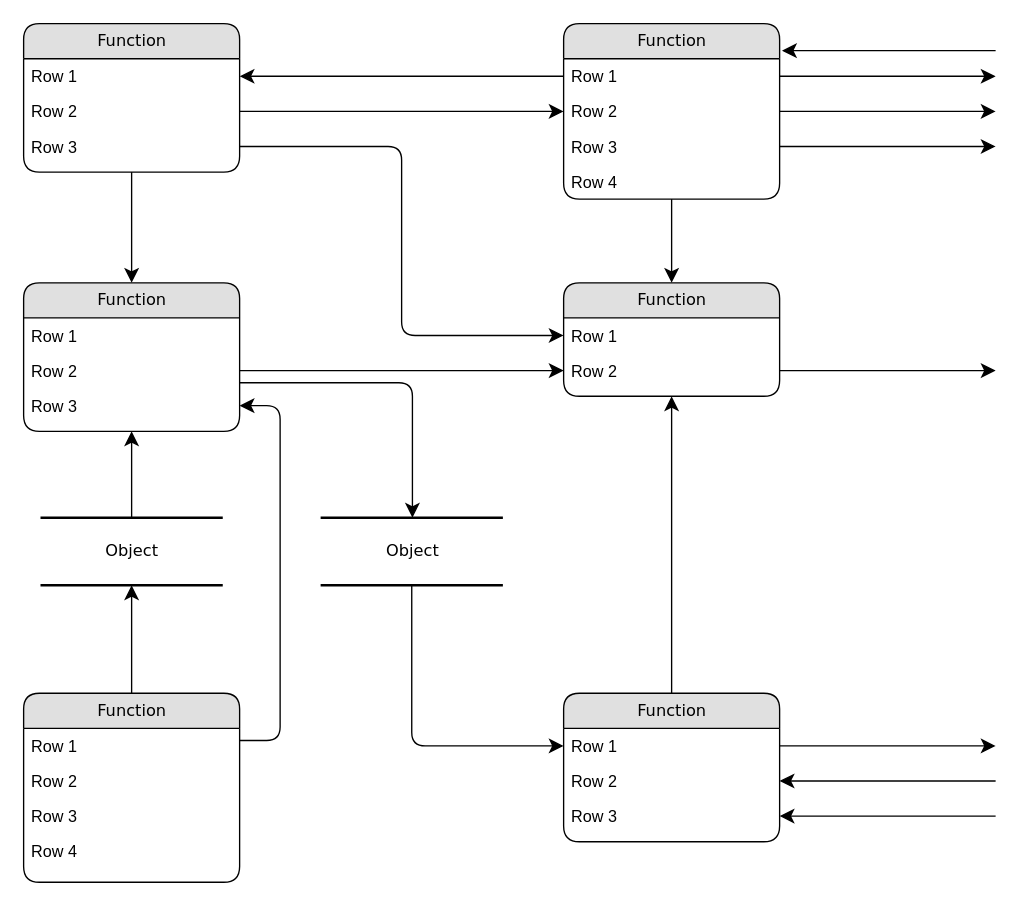
Earlier version of the draw.io diagram Untitled Diagram.drawio (FailedSuccessfully/Hw_1). Source tidied: cells renumbered, new cells numbered last; positions are measured from the earlier drawing's top-left corner, leaving out a move shared by most shapes. Both pictures are drawn from the tidied source at 135%, with x=0, y=0 at pixel (23, 23).
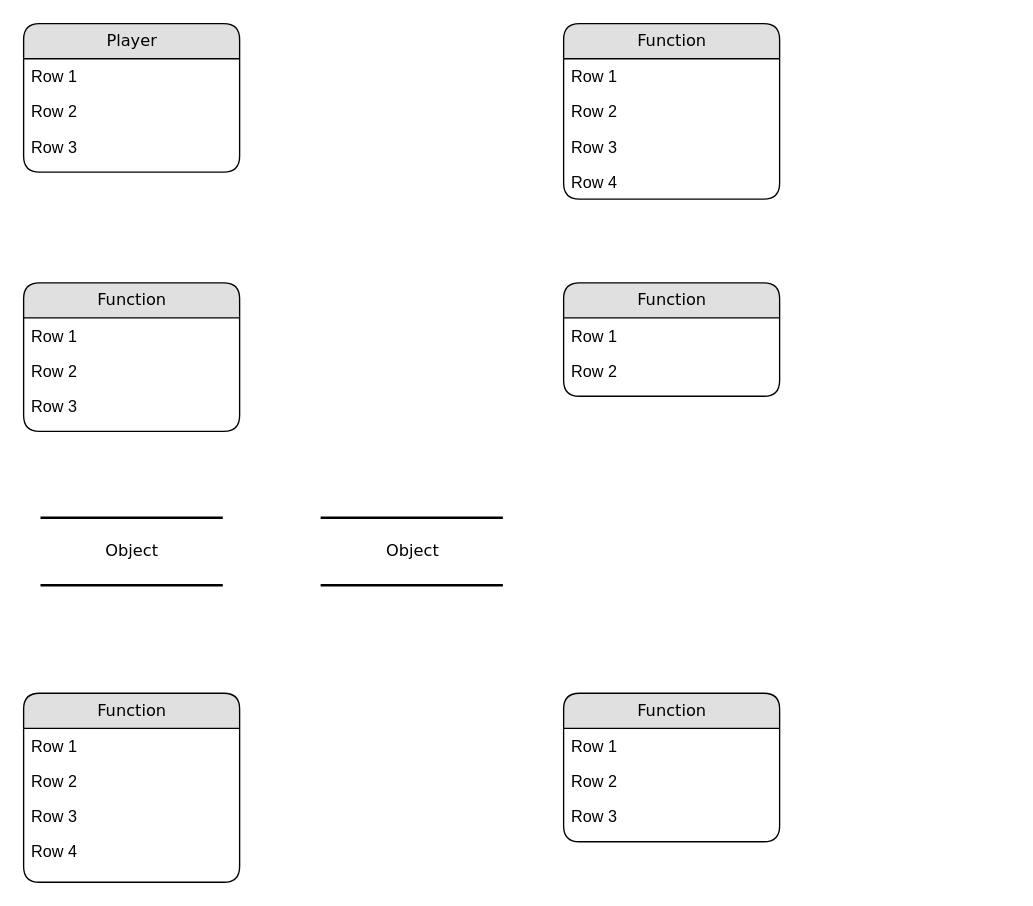
Above is the later version.

The change refers to these unchanged cells:
```xml
<mxCell id="2" value="Object" style="html=1;rounded=0;shadow=0;comic=0;labelBackgroundColor=none;strokeWidth=2;fontFamily=Verdana;fontSize=12;align=center;shape=mxgraph.ios7ui.horLines;" parent="1" vertex="1">
  <mxGeometry x="12.5" y="366" width="135" height="50" as="geometry" />
</mxCell>
<mxCell id="4" value="Row 1" style="text;html=1;strokeColor=none;fillColor=none;spacingLeft=4;spacingRight=4;whiteSpace=wrap;overflow=hidden;points=[[0,0.5],[1,0.5]];portConstraint=eastwest;" parent="3" vertex="1">
  <mxGeometry y="26" width="160" height="26" as="geometry" />
</mxCell>
<mxCell id="5" value="Row 2" style="text;html=1;strokeColor=none;fillColor=none;spacingLeft=4;spacingRight=4;whiteSpace=wrap;overflow=hidden;points=[[0,0.5],[1,0.5]];portConstraint=eastwest;" parent="3" vertex="1">
  <mxGeometry y="52" width="160" height="26" as="geometry" />
</mxCell>
<mxCell id="6" value="Row 3" style="text;html=1;strokeColor=none;fillColor=none;spacingLeft=4;spacingRight=4;whiteSpace=wrap;overflow=hidden;points=[[0,0.5],[1,0.5]];portConstraint=eastwest;" parent="3" vertex="1">
  <mxGeometry y="78" width="160" height="26" as="geometry" />
</mxCell>
<mxCell id="7" value="Function" style="swimlane;html=1;fontStyle=0;horizontal=1;startSize=26;fillColor=#e0e0e0;swimlaneFillColor=#ffffff;align=center;rounded=1;shadow=0;comic=0;labelBackgroundColor=none;strokeWidth=1;fontFamily=Verdana;fontSize=12;" parent="1" vertex="1">
  <mxGeometry x="400" width="160" height="130" as="geometry" />
</mxCell>
<mxCell id="8" value="Row 1" style="text;html=1;strokeColor=none;fillColor=none;spacingLeft=4;spacingRight=4;whiteSpace=wrap;overflow=hidden;points=[[0,0.5],[1,0.5]];portConstraint=eastwest;" parent="7" vertex="1">
  <mxGeometry y="26" width="160" height="26" as="geometry" />
</mxCell>
<mxCell id="9" value="Row 2" style="text;html=1;strokeColor=none;fillColor=none;spacingLeft=4;spacingRight=4;whiteSpace=wrap;overflow=hidden;points=[[0,0.5],[1,0.5]];portConstraint=eastwest;" parent="7" vertex="1">
  <mxGeometry y="52" width="160" height="26" as="geometry" />
</mxCell>
<mxCell id="10" value="Row 3" style="text;html=1;strokeColor=none;fillColor=none;spacingLeft=4;spacingRight=4;whiteSpace=wrap;overflow=hidden;points=[[0,0.5],[1,0.5]];portConstraint=eastwest;" parent="7" vertex="1">
  <mxGeometry y="78" width="160" height="26" as="geometry" />
</mxCell>
<mxCell id="12" value="Function" style="swimlane;html=1;fontStyle=0;horizontal=1;startSize=26;fillColor=#e0e0e0;swimlaneFillColor=#ffffff;align=center;rounded=1;shadow=0;comic=0;labelBackgroundColor=none;strokeWidth=1;fontFamily=Verdana;fontSize=12;" parent="1" vertex="1">
  <mxGeometry y="192" width="160" height="110" as="geometry" />
</mxCell>
<mxCell id="14" value="Row 2" style="text;html=1;strokeColor=none;fillColor=none;spacingLeft=4;spacingRight=4;whiteSpace=wrap;overflow=hidden;points=[[0,0.5],[1,0.5]];portConstraint=eastwest;" parent="12" vertex="1">
  <mxGeometry y="52" width="160" height="26" as="geometry" />
</mxCell>
<mxCell id="15" value="Row 3" style="text;html=1;strokeColor=none;fillColor=none;spacingLeft=4;spacingRight=4;whiteSpace=wrap;overflow=hidden;points=[[0,0.5],[1,0.5]];portConstraint=eastwest;" parent="12" vertex="1">
  <mxGeometry y="78" width="160" height="26" as="geometry" />
</mxCell>
<mxCell id="16" value="Function" style="swimlane;html=1;fontStyle=0;horizontal=1;startSize=26;fillColor=#e0e0e0;swimlaneFillColor=#ffffff;align=center;rounded=1;shadow=0;comic=0;labelBackgroundColor=none;strokeWidth=1;fontFamily=Verdana;fontSize=12;" parent="1" vertex="1">
  <mxGeometry y="496" width="160" height="140" as="geometry" />
</mxCell>
<mxCell id="21" value="Function" style="swimlane;html=1;fontStyle=0;horizontal=1;startSize=26;fillColor=#e0e0e0;swimlaneFillColor=#ffffff;align=center;rounded=1;shadow=0;comic=0;labelBackgroundColor=none;strokeWidth=1;fontFamily=Verdana;fontSize=12;" parent="1" vertex="1">
  <mxGeometry x="400" y="192" width="160" height="84" as="geometry" />
</mxCell>
<mxCell id="22" value="Row 1" style="text;html=1;strokeColor=none;fillColor=none;spacingLeft=4;spacingRight=4;whiteSpace=wrap;overflow=hidden;points=[[0,0.5],[1,0.5]];portConstraint=eastwest;" parent="21" vertex="1">
  <mxGeometry y="26" width="160" height="26" as="geometry" />
</mxCell>
<mxCell id="23" value="Row 2" style="text;html=1;strokeColor=none;fillColor=none;spacingLeft=4;spacingRight=4;whiteSpace=wrap;overflow=hidden;points=[[0,0.5],[1,0.5]];portConstraint=eastwest;" parent="21" vertex="1">
  <mxGeometry y="52" width="160" height="26" as="geometry" />
</mxCell>
<mxCell id="24" value="Function" style="swimlane;html=1;fontStyle=0;horizontal=1;startSize=26;fillColor=#e0e0e0;swimlaneFillColor=#ffffff;align=center;rounded=1;shadow=0;comic=0;labelBackgroundColor=none;strokeWidth=1;fontFamily=Verdana;fontSize=12;" parent="1" vertex="1">
  <mxGeometry x="400" y="496" width="160" height="110" as="geometry" />
</mxCell>
<mxCell id="25" value="Row 1" style="text;html=1;strokeColor=none;fillColor=none;spacingLeft=4;spacingRight=4;whiteSpace=wrap;overflow=hidden;points=[[0,0.5],[1,0.5]];portConstraint=eastwest;" parent="24" vertex="1">
  <mxGeometry y="26" width="160" height="26" as="geometry" />
</mxCell>
<mxCell id="26" value="Row 2" style="text;html=1;strokeColor=none;fillColor=none;spacingLeft=4;spacingRight=4;whiteSpace=wrap;overflow=hidden;points=[[0,0.5],[1,0.5]];portConstraint=eastwest;" parent="24" vertex="1">
  <mxGeometry y="52" width="160" height="26" as="geometry" />
</mxCell>
<mxCell id="27" value="Row 3" style="text;html=1;strokeColor=none;fillColor=none;spacingLeft=4;spacingRight=4;whiteSpace=wrap;overflow=hidden;points=[[0,0.5],[1,0.5]];portConstraint=eastwest;" parent="24" vertex="1">
  <mxGeometry y="78" width="160" height="26" as="geometry" />
</mxCell>
<mxCell id="28" value="Object" style="html=1;rounded=0;shadow=0;comic=0;labelBackgroundColor=none;strokeWidth=2;fontFamily=Verdana;fontSize=12;align=center;shape=mxgraph.ios7ui.horLines;" parent="1" vertex="1">
  <mxGeometry x="220" y="366" width="135" height="50" as="geometry" />
</mxCell>
```

Diff of the diagram source:
```diff
@@
-    <mxCell id="3" value="Function" style="swimlane;html=1;fontStyle=0;horizontal=1;startSize=26;fillColor=#e0e0e0;swimlaneFillColor=#ffffff;align=center;rounded=1;shadow=0;comic=0;labelBackgroundColor=none;strokeWidth=1;fontFamily=Verdana;fontSize=12;" parent="1" vertex="1">
+    <mxCell id="3" value="Player" style="swimlane;html=1;fontStyle=0;horizontal=1;startSize=26;fillColor=#e0e0e0;swimlaneFillColor=#ffffff;align=center;rounded=1;shadow=0;comic=0;labelBackgroundColor=none;strokeWidth=1;fontFamily=Verdana;fontSize=12;" parent="1" vertex="1">
       <mxGeometry width="160" height="110" as="geometry" />
     </mxCell>
@@
-    <mxCell id="29" style="edgeStyle=none;html=1;labelBackgroundColor=none;startFill=0;startSize=8;endFill=1;endSize=8;fontFamily=Verdana;fontSize=12;" parent="1" edge="1" source="16" target="2">
-      <mxGeometry relative="1" as="geometry" />
-    </mxCell>
-    <mxCell id="30" style="edgeStyle=none;html=1;labelBackgroundColor=none;startFill=0;startSize=8;endFill=1;endSize=8;fontFamily=Verdana;fontSize=12;" parent="1" edge="1" source="2" target="12">
-      <mxGeometry relative="1" as="geometry" />
-    </mxCell>
-    <mxCell id="31" style="edgeStyle=orthogonalEdgeStyle;html=1;labelBackgroundColor=none;startFill=0;startSize=8;endFill=1;endSize=8;fontFamily=Verdana;fontSize=12;exitX=1;exitY=0.25;entryX=1;entryY=0.5;" parent="1" edge="1" source="16" target="15">
-      <mxGeometry relative="1" as="geometry">
-        <Array as="points">
-          <mxPoint x="190" y="531" />
-          <mxPoint x="190" y="283" />
-        </Array>
-      </mxGeometry>
-    </mxCell>
-    <mxCell id="32" style="edgeStyle=orthogonalEdgeStyle;html=1;labelBackgroundColor=none;startFill=0;startSize=8;endFill=1;endSize=8;fontFamily=Verdana;fontSize=12;" parent="1" edge="1" source="28" target="25">
-      <mxGeometry x="-0.13" y="32" relative="1" as="geometry" />
-    </mxCell>
-    <mxCell id="33" style="edgeStyle=orthogonalEdgeStyle;html=1;labelBackgroundColor=none;startFill=0;startSize=8;endFill=1;endSize=8;fontFamily=Verdana;fontSize=12;" parent="1" edge="1" source="12" target="28">
-      <mxGeometry relative="1" as="geometry">
-        <Array as="points">
-          <mxPoint x="288" y="266" />
-        </Array>
-      </mxGeometry>
-    </mxCell>
-    <mxCell id="34" style="edgeStyle=orthogonalEdgeStyle;html=1;labelBackgroundColor=none;startFill=0;startSize=8;endFill=1;endSize=8;fontFamily=Verdana;fontSize=12;" parent="1" edge="1" source="3" target="12">
-      <mxGeometry relative="1" as="geometry" />
-    </mxCell>
-    <mxCell id="35" style="edgeStyle=orthogonalEdgeStyle;html=1;labelBackgroundColor=none;startFill=0;startSize=8;endFill=1;endSize=8;fontFamily=Verdana;fontSize=12;" parent="1" edge="1" source="24" target="21">
-      <mxGeometry relative="1" as="geometry" />
-    </mxCell>
-    <mxCell id="36" style="edgeStyle=orthogonalEdgeStyle;html=1;labelBackgroundColor=none;startFill=0;startSize=8;endFill=1;endSize=8;fontFamily=Verdana;fontSize=12;" parent="1" edge="1" source="7" target="21">
-      <mxGeometry relative="1" as="geometry" />
-    </mxCell>
-    <mxCell id="37" style="edgeStyle=orthogonalEdgeStyle;html=1;entryX=0;entryY=0.5;labelBackgroundColor=none;startFill=0;startSize=8;endFill=1;endSize=8;fontFamily=Verdana;fontSize=12;exitX=1;exitY=0.5;" parent="1" edge="1" source="5" target="9">
-      <mxGeometry relative="1" as="geometry" />
-    </mxCell>
-    <mxCell id="38" style="edgeStyle=orthogonalEdgeStyle;html=1;exitX=0;exitY=0.5;entryX=1;entryY=0.5;labelBackgroundColor=none;startFill=0;startSize=8;endFill=1;endSize=8;fontFamily=Verdana;fontSize=12;" parent="1" edge="1" source="8" target="4">
-      <mxGeometry relative="1" as="geometry" />
-    </mxCell>
-    <mxCell id="39" style="edgeStyle=orthogonalEdgeStyle;html=1;exitX=1;exitY=0.5;entryX=0;entryY=0.5;labelBackgroundColor=none;startFill=0;startSize=8;endFill=1;endSize=8;fontFamily=Verdana;fontSize=12;" parent="1" edge="1" source="6" target="22">
-      <mxGeometry relative="1" as="geometry" />
-    </mxCell>
-    <mxCell id="40" style="edgeStyle=orthogonalEdgeStyle;html=1;exitX=1;exitY=0.5;entryX=0;entryY=0.5;labelBackgroundColor=none;startFill=0;startSize=8;endFill=1;endSize=8;fontFamily=Verdana;fontSize=12;" parent="1" edge="1" source="14" target="23">
-      <mxGeometry relative="1" as="geometry" />
-    </mxCell>
-    <mxCell id="41" style="edgeStyle=orthogonalEdgeStyle;html=1;labelBackgroundColor=none;startFill=0;startSize=8;endFill=1;endSize=8;fontFamily=Verdana;fontSize=12;" parent="1" edge="1" source="23">
-      <mxGeometry relative="1" as="geometry">
-        <mxPoint x="720" y="257" as="targetPoint" />
-      </mxGeometry>
-    </mxCell>
-    <mxCell id="42" style="edgeStyle=orthogonalEdgeStyle;html=1;exitX=1;exitY=0.5;labelBackgroundColor=none;startFill=0;startSize=8;endFill=1;endSize=8;fontFamily=Verdana;fontSize=12;" parent="1" edge="1" source="25">
-      <mxGeometry relative="1" as="geometry">
-        <mxPoint x="720" y="535" as="targetPoint" />
-      </mxGeometry>
-    </mxCell>
-    <mxCell id="43" style="edgeStyle=orthogonalEdgeStyle;html=1;labelBackgroundColor=none;startFill=0;startSize=8;endFill=1;endSize=8;fontFamily=Verdana;fontSize=12;entryX=1;entryY=0.5;" parent="1" edge="1" target="26">
-      <mxGeometry relative="1" as="geometry">
-        <mxPoint x="720" y="561" as="sourcePoint" />
-        <Array as="points">
-          <mxPoint x="720" y="561" />
-        </Array>
-      </mxGeometry>
-    </mxCell>
-    <mxCell id="44" style="edgeStyle=orthogonalEdgeStyle;html=1;labelBackgroundColor=none;startFill=0;startSize=8;endFill=1;endSize=8;fontFamily=Verdana;fontSize=12;entryX=1;entryY=0.5;" parent="1" edge="1" target="27">
-      <mxGeometry relative="1" as="geometry">
-        <mxPoint x="720" y="587" as="sourcePoint" />
-        <Array as="points">
-          <mxPoint x="640" y="587" />
-          <mxPoint x="640" y="587" />
-        </Array>
-      </mxGeometry>
-    </mxCell>
-    <mxCell id="45" style="edgeStyle=orthogonalEdgeStyle;html=1;exitX=1;exitY=0.5;labelBackgroundColor=none;startFill=0;startSize=8;endFill=1;endSize=8;fontFamily=Verdana;fontSize=12;" parent="1" edge="1" source="8">
-      <mxGeometry relative="1" as="geometry">
-        <mxPoint x="720" y="39" as="targetPoint" />
-      </mxGeometry>
-    </mxCell>
-    <mxCell id="46" style="edgeStyle=orthogonalEdgeStyle;html=1;exitX=1;exitY=0.5;labelBackgroundColor=none;startFill=0;startSize=8;endFill=1;endSize=8;fontFamily=Verdana;fontSize=12;" parent="1" edge="1" source="9">
-      <mxGeometry relative="1" as="geometry">
-        <mxPoint x="720" y="65" as="targetPoint" />
-      </mxGeometry>
-    </mxCell>
-    <mxCell id="47" style="edgeStyle=orthogonalEdgeStyle;html=1;exitX=1;exitY=0.5;labelBackgroundColor=none;startFill=0;startSize=8;endFill=1;endSize=8;fontFamily=Verdana;fontSize=12;" parent="1" edge="1" source="10">
-      <mxGeometry relative="1" as="geometry">
-        <mxPoint x="720" y="91" as="targetPoint" />
-      </mxGeometry>
-    </mxCell>
-    <mxCell id="48" style="edgeStyle=elbowEdgeStyle;html=1;labelBackgroundColor=none;startFill=0;startSize=8;endFill=1;endSize=8;fontFamily=Verdana;fontSize=12;elbow=vertical;entryX=1.011;entryY=0.152;entryPerimeter=0;" parent="1" edge="1" target="7">
-      <mxGeometry relative="1" as="geometry">
-        <mxPoint x="720" y="20" as="sourcePoint" />
-        <Array as="points">
-          <mxPoint x="650" y="20" />
-        </Array>
-      </mxGeometry>
-    </mxCell>
```
